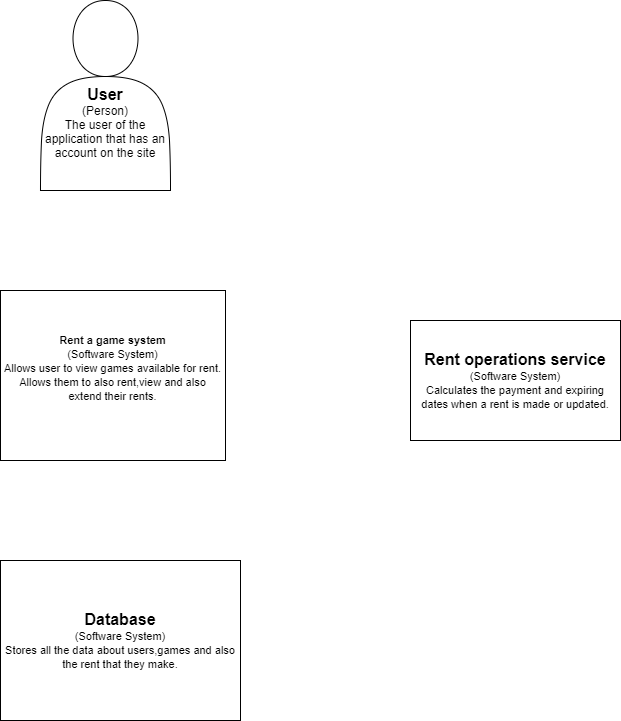
Before: Andricsak/Proiect/C4ModelDiagrams/Level 1 Diagram.png, a diagram exported from draw.io (diercan/PSSC-2019). Source tidied: cells renumbered, new cells last; positions are measured from the earlier drawing's top-left corner, leaving out a move shared by most shapes. The source it was exported from:
```xml
<mxGraphModel>
  <root>
    <mxCell id="0" />
    <mxCell id="1" parent="0" />
    <mxCell id="2" value="&lt;br&gt;&lt;br&gt;&lt;br&gt;&lt;br&gt;&lt;b&gt;&lt;font style=&quot;font-size: 16px&quot;&gt;User&lt;br&gt;&lt;/font&gt;&lt;/b&gt;(Person)&lt;br&gt;The user of the application that has an account on the site" style="shape=actor;whiteSpace=wrap;html=1;" parent="1" vertex="1">
      <mxGeometry x="40" width="130" height="190" as="geometry" />
    </mxCell>
    <mxCell id="3" value="&lt;font style=&quot;font-size: 11px&quot;&gt;&lt;b&gt;Rent a game system&lt;br&gt;&lt;/b&gt;(Software System)&lt;br&gt;Allows user to view games available for rent.&lt;br&gt;Allows them to also rent,view and also extend their rents.&lt;br&gt;&lt;br&gt;&lt;/font&gt;" style="rounded=0;whiteSpace=wrap;html=1;" parent="1" vertex="1">
      <mxGeometry y="290" width="225" height="170" as="geometry" />
    </mxCell>
    <mxCell id="4" value="&lt;b&gt;&lt;font style=&quot;font-size: 16px&quot;&gt;Rent operations service&lt;br&gt;&lt;/font&gt;&lt;/b&gt;&lt;span style=&quot;font-size: 11px&quot;&gt;(Software System)&lt;/span&gt;&lt;br&gt;&lt;span style=&quot;font-size: 11px&quot;&gt;Calculates the payment and expiring dates when a rent is made or updated.&lt;/span&gt;" style="rounded=0;whiteSpace=wrap;html=1;" parent="1" vertex="1">
      <mxGeometry x="410" y="320" width="210" height="120" as="geometry" />
    </mxCell>
    <mxCell id="5" value="&lt;font&gt;&lt;b&gt;&lt;font style=&quot;font-size: 16px&quot;&gt;Database&lt;/font&gt;&lt;br&gt;&lt;/b&gt;&lt;span style=&quot;font-size: 11px&quot;&gt;(Software System)&lt;/span&gt;&lt;br&gt;&lt;span style=&quot;font-size: 11px&quot;&gt;Stores all the data about users,games and also the rent that they make.&lt;/span&gt;&lt;br&gt;&lt;/font&gt;" style="rounded=0;whiteSpace=wrap;html=1;" parent="1" vertex="1">
      <mxGeometry y="560" width="240" height="160" as="geometry" />
    </mxCell>
  </root>
</mxGraphModel>
```
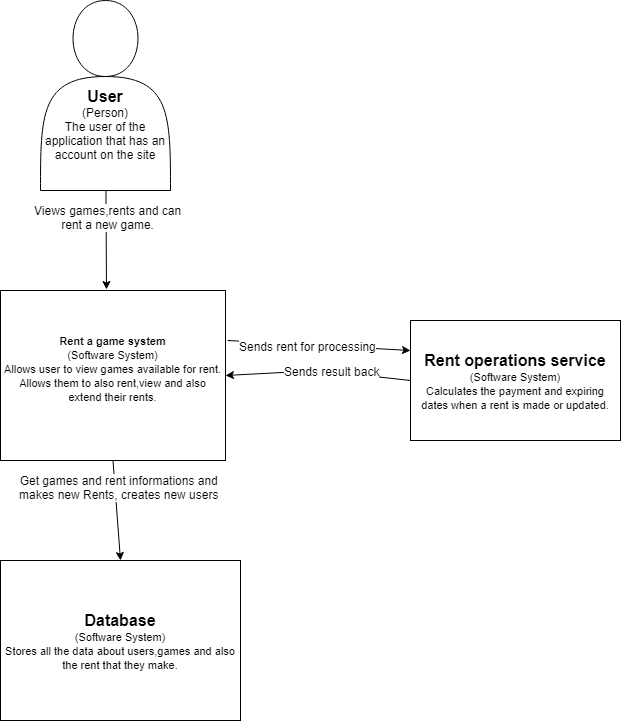
The same diagram one commit later.

What changed in the source:
```diff
@@ -14,5 +14,33 @@
     <mxCell id="5" value="&lt;font&gt;&lt;b&gt;&lt;font style=&quot;font-size: 16px&quot;&gt;Database&lt;/font&gt;&lt;br&gt;&lt;/b&gt;&lt;span style=&quot;font-size: 11px&quot;&gt;(Software System)&lt;/span&gt;&lt;br&gt;&lt;span style=&quot;font-size: 11px&quot;&gt;Stores all the data about users,games and also the rent that they make.&lt;/span&gt;&lt;br&gt;&lt;/font&gt;" style="rounded=0;whiteSpace=wrap;html=1;" parent="1" vertex="1">
       <mxGeometry y="560" width="240" height="160" as="geometry" />
     </mxCell>
+    <mxCell id="6" style="endArrow=classic;html=1;entryX=0.471;entryY=-0.006;entryDx=0;entryDy=0;entryPerimeter=0;" parent="1" edge="1" source="2" target="3">
+      <mxGeometry relative="1" as="geometry" />
+    </mxCell>
+    <mxCell id="7" value="Views games,rents and can&lt;br&gt;rent a new game." style="text;html=1;align=center;verticalAlign=middle;labelBackgroundColor=#ffffff;" parent="6" vertex="1">
+      <mxGeometry x="-0.45" y="1" relative="1" as="geometry" />
+    </mxCell>
+    <mxCell id="8" style="endArrow=classic;html=1;exitX=0;exitY=0.5;exitDx=0;exitDy=0;entryX=1;entryY=0.5;entryDx=0;entryDy=0;" parent="1" edge="1" source="4" target="3">
+      <mxGeometry relative="1" as="geometry">
+        <Array as="points">
+          <mxPoint x="320" y="370" />
+        </Array>
+      </mxGeometry>
+    </mxCell>
+    <mxCell id="9" value="Sends result back" style="text;html=1;align=center;verticalAlign=middle;labelBackgroundColor=#ffffff;" parent="8" vertex="1">
+      <mxGeometry x="-0.14" y="-1" relative="1" as="geometry" />
+    </mxCell>
+    <mxCell id="10" style="endArrow=classic;html=1;entryX=0;entryY=0.25;entryDx=0;entryDy=0;exitX=1.009;exitY=0.294;exitDx=0;exitDy=0;exitPerimeter=0;" parent="1" edge="1" source="3" target="4">
+      <mxGeometry relative="1" as="geometry" />
+    </mxCell>
+    <mxCell id="11" value="Sends rent for processing" style="text;html=1;align=center;verticalAlign=middle;labelBackgroundColor=#ffffff;" parent="10" vertex="1">
+      <mxGeometry x="-0.13" y="-1" relative="1" as="geometry" />
+    </mxCell>
+    <mxCell id="12" style="endArrow=classic;html=1;exitX=0.5;exitY=1;exitDx=0;exitDy=0;entryX=0.5;entryY=0;entryDx=0;entryDy=0;" parent="1" edge="1" source="3" target="5">
+      <mxGeometry relative="1" as="geometry" />
+    </mxCell>
+    <mxCell id="13" value="Get games and rent informations and&lt;br&gt;makes new Rents, creates new users" style="text;html=1;align=center;verticalAlign=middle;labelBackgroundColor=#ffffff;" parent="12" vertex="1">
+      <mxGeometry x="-0.45" y="3" relative="1" as="geometry" />
+    </mxCell>
   </root>
 </mxGraphModel>
```
